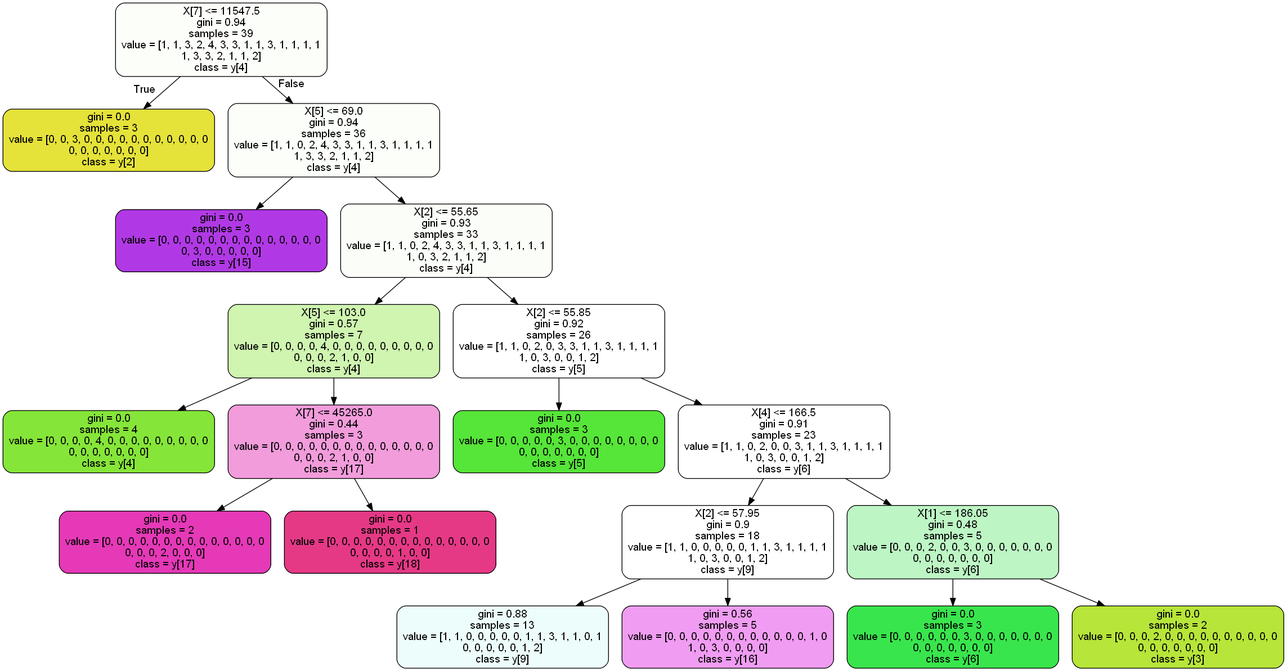
The Graphviz diagram treetrip.png in AndreaDagg/DecisIonCAr, before a commit. Its source is kept beside it as treetrip.dot.
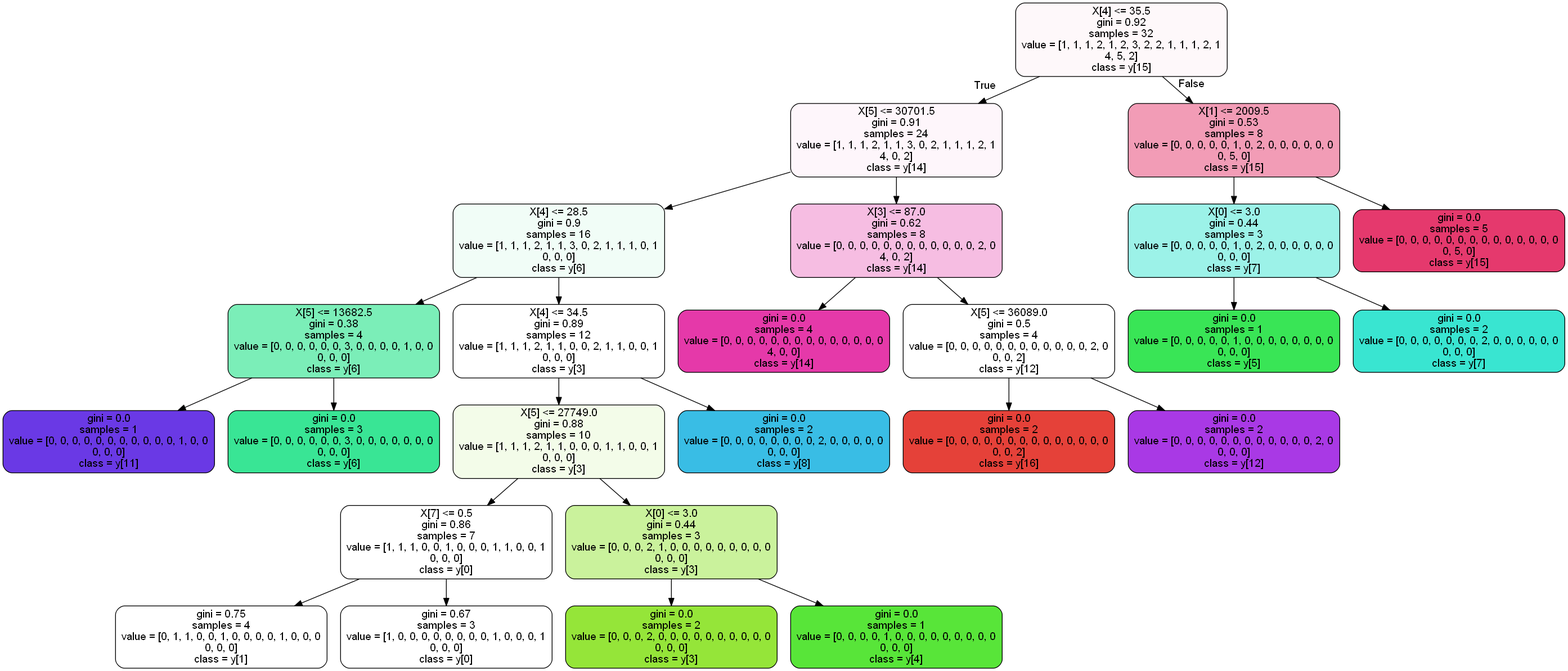
The same file after the commit.

The edit, as a diff of the source:
```diff
@@ -1,41 +1,53 @@
 digraph Tree {
 node [shape=box, style="filled, rounded", color="black", fontname=helvetica] ;
 edge [fontname=helvetica] ;
-0 [label="X[7] <= 11547.5\ngini = 0.94\nsamples = 39\nvalue = [1, 1, 3, 2, 4, 3, 3, 1, 1, 3, 1, 1, 1, 1\n1, 3, 3, 2, 1, 1, 2]\nclass = y[4]", fillcolor="#fcfefa"] ;
-1 [label="gini = 0.0\nsamples = 3\nvalue = [0, 0, 3, 0, 0, 0, 0, 0, 0, 0, 0, 0, 0, 0\n0, 0, 0, 0, 0, 0, 0]\nclass = y[2]", fillcolor="#e5e239"] ;
+0 [label="X[4] <= 35.5\ngini = 0.92\nsamples = 32\nvalue = [1, 1, 1, 2, 1, 2, 3, 2, 2, 1, 1, 1, 2, 1\n4, 5, 2]\nclass = y[15]", fillcolor="#fef8fa"] ;
+1 [label="X[5] <= 30701.5\ngini = 0.91\nsamples = 24\nvalue = [1, 1, 1, 2, 1, 1, 3, 0, 2, 1, 1, 1, 2, 1\n4, 0, 2]\nclass = y[14]", fillcolor="#fef6fb"] ;
 0 -> 1 [labeldistance=2.5, labelangle=45, headlabel="True"] ;
-2 [label="X[5] <= 69.0\ngini = 0.94\nsamples = 36\nvalue = [1, 1, 0, 2, 4, 3, 3, 1, 1, 3, 1, 1, 1, 1\n1, 3, 3, 2, 1, 1, 2]\nclass = y[4]", fillcolor="#fbfef9"] ;
-0 -> 2 [labeldistance=2.5, labelangle=-45, headlabel="False"] ;
-3 [label="gini = 0.0\nsamples = 3\nvalue = [0, 0, 0, 0, 0, 0, 0, 0, 0, 0, 0, 0, 0, 0\n0, 3, 0, 0, 0, 0, 0]\nclass = y[15]", fillcolor="#b139e5"] ;
+2 [label="X[4] <= 28.5\ngini = 0.9\nsamples = 16\nvalue = [1, 1, 1, 2, 1, 1, 3, 0, 2, 1, 1, 1, 0, 1\n0, 0, 0]\nclass = y[6]", fillcolor="#f1fdf7"] ;
+1 -> 2 ;
+3 [label="X[5] <= 13682.5\ngini = 0.38\nsamples = 4\nvalue = [0, 0, 0, 0, 0, 0, 3, 0, 0, 0, 0, 1, 0, 0\n0, 0, 0]\nclass = y[6]", fillcolor="#7beeb8"] ;
 2 -> 3 ;
-4 [label="X[2] <= 55.65\ngini = 0.93\nsamples = 33\nvalue = [1, 1, 0, 2, 4, 3, 3, 1, 1, 3, 1, 1, 1, 1\n1, 0, 3, 2, 1, 1, 2]\nclass = y[4]", fillcolor="#fbfef8"] ;
-2 -> 4 ;
-5 [label="X[5] <= 103.0\ngini = 0.57\nsamples = 7\nvalue = [0, 0, 0, 0, 4, 0, 0, 0, 0, 0, 0, 0, 0, 0\n0, 0, 0, 2, 1, 0, 0]\nclass = y[4]", fillcolor="#cff5b0"] ;
-4 -> 5 ;
-6 [label="gini = 0.0\nsamples = 4\nvalue = [0, 0, 0, 0, 4, 0, 0, 0, 0, 0, 0, 0, 0, 0\n0, 0, 0, 0, 0, 0, 0]\nclass = y[4]", fillcolor="#86e539"] ;
-5 -> 6 ;
-7 [label="X[7] <= 45265.0\ngini = 0.44\nsamples = 3\nvalue = [0, 0, 0, 0, 0, 0, 0, 0, 0, 0, 0, 0, 0, 0\n0, 0, 0, 2, 1, 0, 0]\nclass = y[17]", fillcolor="#f29cdb"] ;
-5 -> 7 ;
-8 [label="gini = 0.0\nsamples = 2\nvalue = [0, 0, 0, 0, 0, 0, 0, 0, 0, 0, 0, 0, 0, 0\n0, 0, 0, 2, 0, 0, 0]\nclass = y[17]", fillcolor="#e539b7"] ;
+4 [label="gini = 0.0\nsamples = 1\nvalue = [0, 0, 0, 0, 0, 0, 0, 0, 0, 0, 0, 1, 0, 0\n0, 0, 0]\nclass = y[11]", fillcolor="#6a39e5"] ;
+3 -> 4 ;
+5 [label="gini = 0.0\nsamples = 3\nvalue = [0, 0, 0, 0, 0, 0, 3, 0, 0, 0, 0, 0, 0, 0\n0, 0, 0]\nclass = y[6]", fillcolor="#39e595"] ;
+3 -> 5 ;
+6 [label="X[4] <= 34.5\ngini = 0.89\nsamples = 12\nvalue = [1, 1, 1, 2, 1, 1, 0, 0, 2, 1, 1, 0, 0, 1\n0, 0, 0]\nclass = y[3]", fillcolor="#ffffff"] ;
+2 -> 6 ;
+7 [label="X[5] <= 27749.0\ngini = 0.88\nsamples = 10\nvalue = [1, 1, 1, 2, 1, 1, 0, 0, 0, 1, 1, 0, 0, 1\n0, 0, 0]\nclass = y[3]", fillcolor="#f3fce9"] ;
+6 -> 7 ;
+8 [label="X[7] <= 0.5\ngini = 0.86\nsamples = 7\nvalue = [1, 1, 1, 0, 0, 1, 0, 0, 0, 1, 1, 0, 0, 1\n0, 0, 0]\nclass = y[0]", fillcolor="#ffffff"] ;
 7 -> 8 ;
-9 [label="gini = 0.0\nsamples = 1\nvalue = [0, 0, 0, 0, 0, 0, 0, 0, 0, 0, 0, 0, 0, 0\n0, 0, 0, 0, 1, 0, 0]\nclass = y[18]", fillcolor="#e53986"] ;
-7 -> 9 ;
-10 [label="X[2] <= 55.85\ngini = 0.92\nsamples = 26\nvalue = [1, 1, 0, 2, 0, 3, 3, 1, 1, 3, 1, 1, 1, 1\n1, 0, 3, 0, 0, 1, 2]\nclass = y[5]", fillcolor="#ffffff"] ;
-4 -> 10 ;
-11 [label="gini = 0.0\nsamples = 3\nvalue = [0, 0, 0, 0, 0, 3, 0, 0, 0, 0, 0, 0, 0, 0\n0, 0, 0, 0, 0, 0, 0]\nclass = y[5]", fillcolor="#56e539"] ;
-10 -> 11 ;
-12 [label="X[4] <= 166.5\ngini = 0.91\nsamples = 23\nvalue = [1, 1, 0, 2, 0, 0, 3, 1, 1, 3, 1, 1, 1, 1\n1, 0, 3, 0, 0, 1, 2]\nclass = y[6]", fillcolor="#ffffff"] ;
-10 -> 12 ;
-13 [label="X[2] <= 57.95\ngini = 0.9\nsamples = 18\nvalue = [1, 1, 0, 0, 0, 0, 0, 1, 1, 3, 1, 1, 1, 1\n1, 0, 3, 0, 0, 1, 2]\nclass = y[9]", fillcolor="#ffffff"] ;
-12 -> 13 ;
-14 [label="gini = 0.88\nsamples = 13\nvalue = [1, 1, 0, 0, 0, 0, 0, 1, 1, 3, 1, 1, 0, 1\n0, 0, 0, 0, 0, 1, 2]\nclass = y[9]", fillcolor="#edfdfc"] ;
-13 -> 14 ;
-15 [label="gini = 0.56\nsamples = 5\nvalue = [0, 0, 0, 0, 0, 0, 0, 0, 0, 0, 0, 0, 1, 0\n1, 0, 3, 0, 0, 0, 0]\nclass = y[16]", fillcolor="#f09cf2"] ;
-13 -> 15 ;
-16 [label="X[1] <= 186.05\ngini = 0.48\nsamples = 5\nvalue = [0, 0, 0, 2, 0, 0, 3, 0, 0, 0, 0, 0, 0, 0\n0, 0, 0, 0, 0, 0, 0]\nclass = y[6]", fillcolor="#bdf6c4"] ;
-12 -> 16 ;
-17 [label="gini = 0.0\nsamples = 3\nvalue = [0, 0, 0, 0, 0, 0, 3, 0, 0, 0, 0, 0, 0, 0\n0, 0, 0, 0, 0, 0, 0]\nclass = y[6]", fillcolor="#39e54d"] ;
-16 -> 17 ;
-18 [label="gini = 0.0\nsamples = 2\nvalue = [0, 0, 0, 2, 0, 0, 0, 0, 0, 0, 0, 0, 0, 0\n0, 0, 0, 0, 0, 0, 0]\nclass = y[3]", fillcolor="#b7e539"] ;
-16 -> 18 ;
+9 [label="gini = 0.75\nsamples = 4\nvalue = [0, 1, 1, 0, 0, 1, 0, 0, 0, 0, 1, 0, 0, 0\n0, 0, 0]\nclass = y[1]", fillcolor="#ffffff"] ;
+8 -> 9 ;
+10 [label="gini = 0.67\nsamples = 3\nvalue = [1, 0, 0, 0, 0, 0, 0, 0, 0, 1, 0, 0, 0, 1\n0, 0, 0]\nclass = y[0]", fillcolor="#ffffff"] ;
+8 -> 10 ;
+11 [label="X[0] <= 3.0\ngini = 0.44\nsamples = 3\nvalue = [0, 0, 0, 2, 1, 0, 0, 0, 0, 0, 0, 0, 0, 0\n0, 0, 0]\nclass = y[3]", fillcolor="#caf29c"] ;
+7 -> 11 ;
+12 [label="gini = 0.0\nsamples = 2\nvalue = [0, 0, 0, 2, 0, 0, 0, 0, 0, 0, 0, 0, 0, 0\n0, 0, 0]\nclass = y[3]", fillcolor="#95e539"] ;
+11 -> 12 ;
+13 [label="gini = 0.0\nsamples = 1\nvalue = [0, 0, 0, 0, 1, 0, 0, 0, 0, 0, 0, 0, 0, 0\n0, 0, 0]\nclass = y[4]", fillcolor="#58e539"] ;
+11 -> 13 ;
+14 [label="gini = 0.0\nsamples = 2\nvalue = [0, 0, 0, 0, 0, 0, 0, 0, 2, 0, 0, 0, 0, 0\n0, 0, 0]\nclass = y[8]", fillcolor="#39bde5"] ;
+6 -> 14 ;
+15 [label="X[3] <= 87.0\ngini = 0.62\nsamples = 8\nvalue = [0, 0, 0, 0, 0, 0, 0, 0, 0, 0, 0, 0, 2, 0\n4, 0, 2]\nclass = y[14]", fillcolor="#f6bde2"] ;
+1 -> 15 ;
+16 [label="gini = 0.0\nsamples = 4\nvalue = [0, 0, 0, 0, 0, 0, 0, 0, 0, 0, 0, 0, 0, 0\n4, 0, 0]\nclass = y[14]", fillcolor="#e539a9"] ;
+15 -> 16 ;
+17 [label="X[5] <= 36089.0\ngini = 0.5\nsamples = 4\nvalue = [0, 0, 0, 0, 0, 0, 0, 0, 0, 0, 0, 0, 2, 0\n0, 0, 2]\nclass = y[12]", fillcolor="#ffffff"] ;
+15 -> 17 ;
+18 [label="gini = 0.0\nsamples = 2\nvalue = [0, 0, 0, 0, 0, 0, 0, 0, 0, 0, 0, 0, 0, 0\n0, 0, 2]\nclass = y[16]", fillcolor="#e54139"] ;
+17 -> 18 ;
+19 [label="gini = 0.0\nsamples = 2\nvalue = [0, 0, 0, 0, 0, 0, 0, 0, 0, 0, 0, 0, 2, 0\n0, 0, 0]\nclass = y[12]", fillcolor="#a939e5"] ;
+17 -> 19 ;
+20 [label="X[1] <= 2009.5\ngini = 0.53\nsamples = 8\nvalue = [0, 0, 0, 0, 0, 1, 0, 2, 0, 0, 0, 0, 0, 0\n0, 5, 0]\nclass = y[15]", fillcolor="#f29cb6"] ;
+0 -> 20 [labeldistance=2.5, labelangle=-45, headlabel="False"] ;
+21 [label="X[0] <= 3.0\ngini = 0.44\nsamples = 3\nvalue = [0, 0, 0, 0, 0, 1, 0, 2, 0, 0, 0, 0, 0, 0\n0, 0, 0]\nclass = y[7]", fillcolor="#9cf2e8"] ;
+20 -> 21 ;
+22 [label="gini = 0.0\nsamples = 1\nvalue = [0, 0, 0, 0, 0, 1, 0, 0, 0, 0, 0, 0, 0, 0\n0, 0, 0]\nclass = y[5]", fillcolor="#39e556"] ;
+21 -> 22 ;
+23 [label="gini = 0.0\nsamples = 2\nvalue = [0, 0, 0, 0, 0, 0, 0, 2, 0, 0, 0, 0, 0, 0\n0, 0, 0]\nclass = y[7]", fillcolor="#39e5d1"] ;
+21 -> 23 ;
+24 [label="gini = 0.0\nsamples = 5\nvalue = [0, 0, 0, 0, 0, 0, 0, 0, 0, 0, 0, 0, 0, 0\n0, 5, 0]\nclass = y[15]", fillcolor="#e5396d"] ;
+20 -> 24 ;
 }
```
